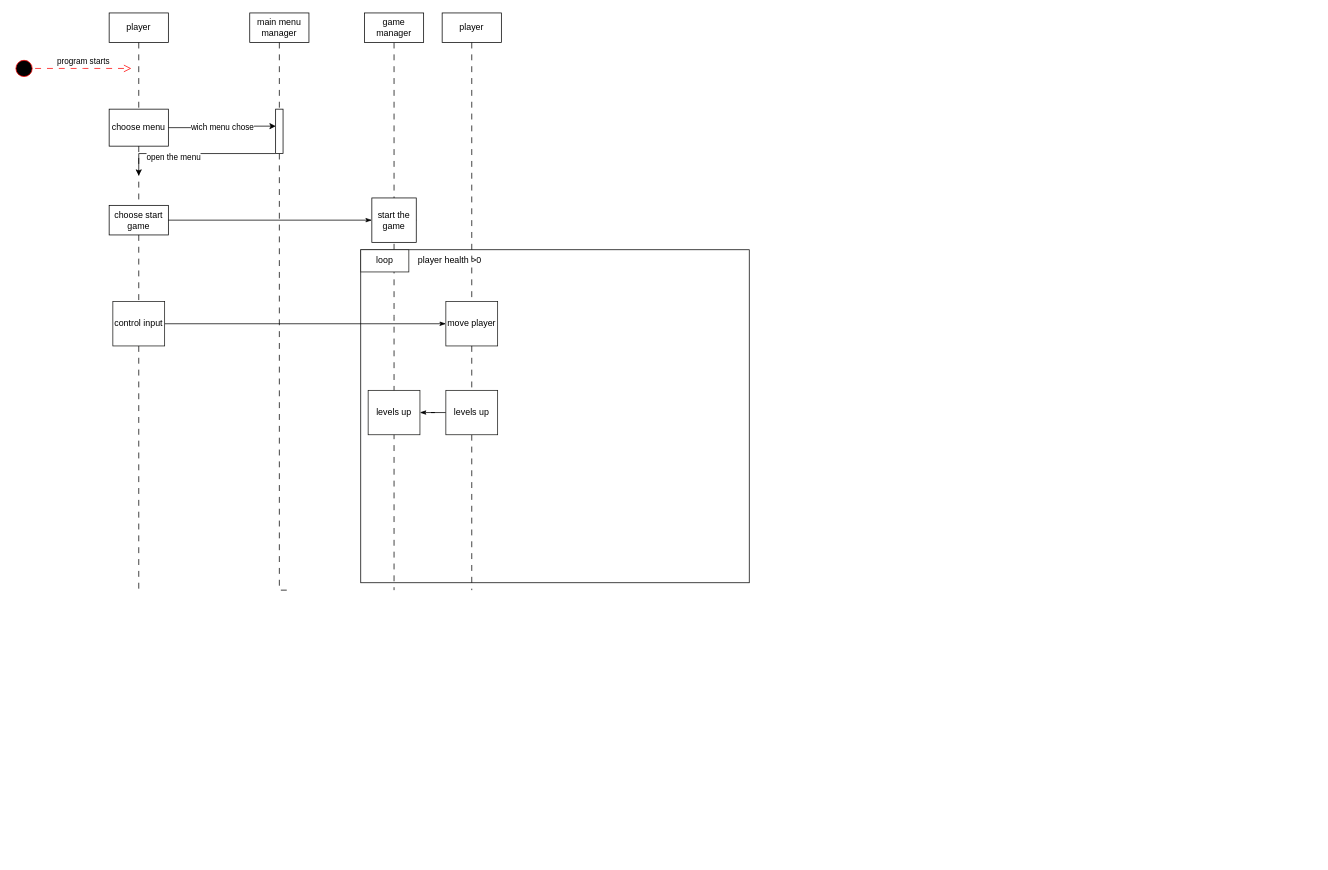
Before: Documentation files/sequence diagram.drawio in Ulibomber1/Middlespace-Survivor, a draw.io diagram. Source tidied: cells renumbered, new cells numbered last; positions are measured from the earlier drawing's top-left corner, leaving out a move shared by most shapes. Both pictures are drawn from the tidied source at 74%, with x=0, y=0 at pixel (13, 13).
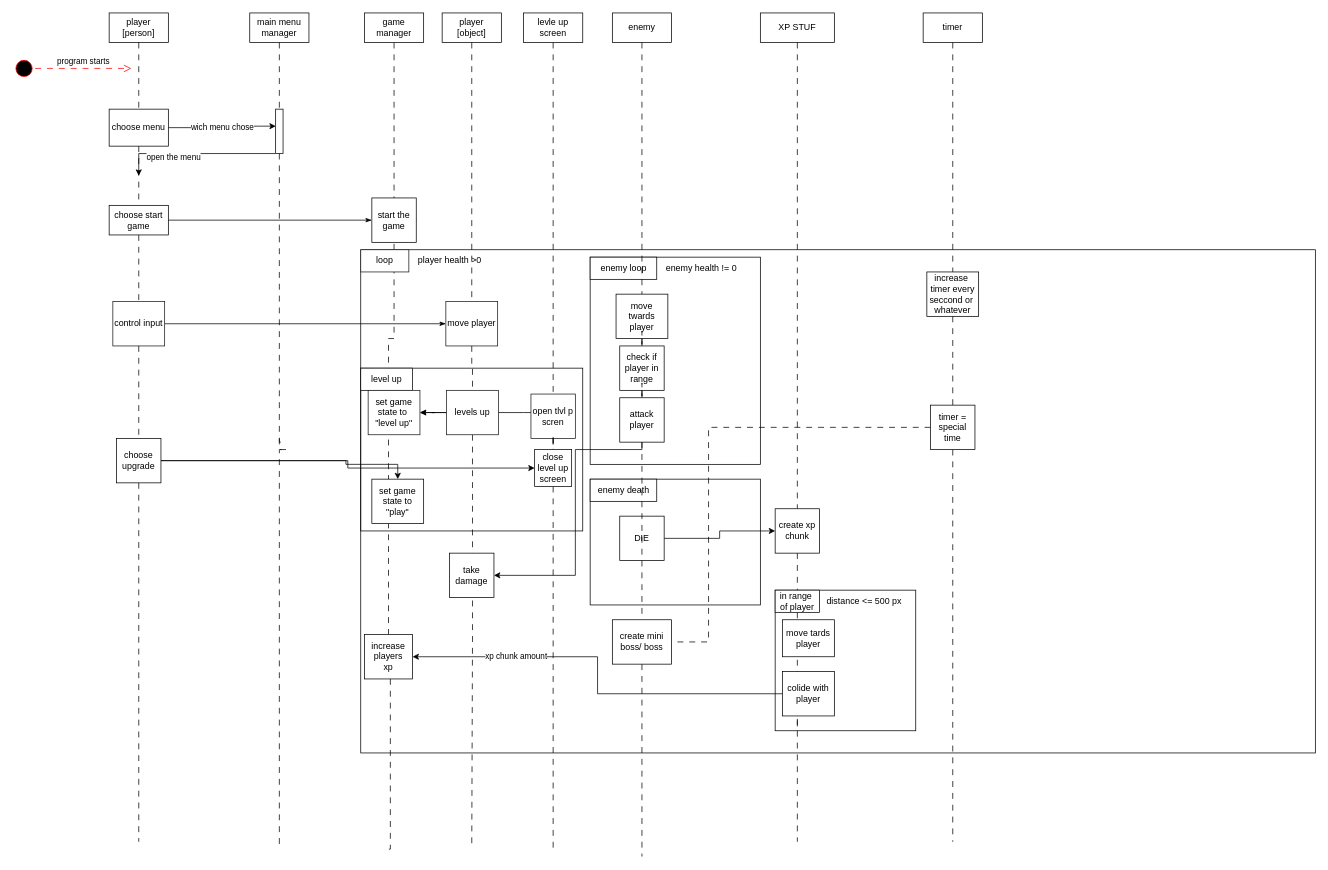
Above is the later version.

Commit message (it also covers changes not shown here):
worked more on the thing

The change refers to these unchanged cells:
```xml
<mxCell id="7" value="game manager" style="whiteSpace=wrap;html=1;" parent="1" vertex="1">
  <mxGeometry x="475" width="80" height="40" as="geometry" />
</mxCell>
<mxCell id="16" style="whiteSpace=wrap;html=1;" parent="1" vertex="1">
  <mxGeometry x="355" y="130" width="10" height="60" as="geometry" />
</mxCell>
<mxCell id="27" value="control input" style="whiteSpace=wrap;html=1;strokeColor=#191917;fillColor=default;" parent="1" vertex="1">
  <mxGeometry x="135" y="390" width="70" height="60" as="geometry" />
</mxCell>
```

The edit, as a diff of the source:
```diff
@@
+    <mxCell id="22" style="whiteSpace=wrap;html=1;fillColor=none;" parent="1" vertex="1">
+      <mxGeometry x="470" y="320" width="1290" height="680" as="geometry" />
+    </mxCell>
+    <mxCell id="36" style="edgeStyle=orthogonalEdgeStyle;rounded=0;jettySize=auto;html=1;endArrow=none;endFill=0;dashed=1;dashPattern=8 8;" parent="1" edge="1" source="7" target="79">
+      <mxGeometry relative="1" as="geometry" />
+    </mxCell>
+    <mxCell id="37" style="edgeStyle=orthogonalEdgeStyle;rounded=0;jettySize=auto;html=1;endArrow=none;endFill=0;dashed=1;dashPattern=8 8;startArrow=none;" parent="1" edge="1" source="74">
+      <mxGeometry relative="1" as="geometry">
+        <mxPoint x="1060" y="1120" as="targetPoint" />
+        <Array as="points">
+          <mxPoint x="1060" y="770" />
+          <mxPoint x="1060" y="770" />
+        </Array>
+      </mxGeometry>
+    </mxCell>
+    <mxCell id="38" style="whiteSpace=wrap;html=1;strokeColor=default;fillColor=none;" parent="1" vertex="1">
+      <mxGeometry x="1030" y="780" width="190" height="190" as="geometry" />
+    </mxCell>
+    <mxCell id="39" style="whiteSpace=wrap;html=1;fillColor=none;" parent="1" vertex="1">
+      <mxGeometry x="780" y="330" width="230" height="280" as="geometry" />
+    </mxCell>
+    <mxCell id="40" style="whiteSpace=wrap;html=1;fillColor=none;" parent="1" vertex="1">
+      <mxGeometry x="470" y="480" width="300" height="220" as="geometry" />
+    </mxCell>
-    <mxCell id="2" style="edgeStyle=orthogonalEdgeStyle;rounded=0;jettySize=auto;html=1;endArrow=none;endFill=0;dashed=1;dashPattern=8 8;startArrow=none;" parent="1" edge="1" source="27">
+    <mxCell id="2" style="edgeStyle=orthogonalEdgeStyle;rounded=0;jettySize=auto;html=1;endArrow=none;endFill=0;dashed=1;dashPattern=8 8;startArrow=none;" parent="1" edge="1" source="48">
       <mxGeometry relative="1" as="geometry">
-        <mxPoint x="170" y="780" as="targetPoint" />
+        <mxPoint x="170" y="1120" as="targetPoint" />
       </mxGeometry>
     </mxCell>
-    <mxCell id="3" value="player" style="whiteSpace=wrap;html=1;" parent="1" vertex="1">
+    <mxCell id="3" value="player&lt;br&gt;[person]" style="whiteSpace=wrap;html=1;" parent="1" vertex="1">
       <mxGeometry x="130" width="80" height="40" as="geometry" />
     </mxCell>
-    <mxCell id="4" style="edgeStyle=orthogonalEdgeStyle;rounded=0;jettySize=auto;html=1;endArrow=none;endFill=0;dashed=1;dashPattern=8 8;startArrow=none;" parent="1" edge="1" source="16">
+    <mxCell id="4" style="edgeStyle=orthogonalEdgeStyle;rounded=0;orthogonalLoop=1;jettySize=auto;html=1;endArrow=none;endFill=0;dashed=1;dashPattern=8 8;startArrow=none;" parent="1" edge="1">
       <mxGeometry relative="1" as="geometry">
-        <mxPoint x="370" y="780" as="targetPoint" />
+        <mxPoint x="360" y="575" as="sourcePoint" />
+        <mxPoint x="360" y="1130" as="targetPoint" />
         <Array as="points">
-          <mxPoint x="370" y="780" />
+          <mxPoint x="370" y="590" />
+          <mxPoint x="370" y="590" />
         </Array>
       </mxGeometry>
     </mxCell>
@@
-    <mxCell id="6" style="edgeStyle=orthogonalEdgeStyle;rounded=0;jettySize=auto;html=1;endArrow=none;endFill=0;dashed=1;dashPattern=8 8;" parent="1" edge="1" source="7">
+    <mxCell id="6" style="edgeStyle=orthogonalEdgeStyle;rounded=0;orthogonalLoop=1;jettySize=auto;html=1;endArrow=none;endFill=0;dashed=1;dashPattern=8 8;startArrow=none;" parent="1" edge="1">
       <mxGeometry relative="1" as="geometry">
-        <mxPoint x="515" y="780" as="targetPoint" />
+        <mxPoint x="508" y="1130" as="sourcePoint" />
+        <mxPoint x="510" y="900" as="targetPoint" />
+        <Array as="points">
+          <mxPoint x="510" y="1130" />
+        </Array>
       </mxGeometry>
     </mxCell>
@@
-    <mxCell id="21" value="start the game" style="whiteSpace=wrap;html=1;" parent="1" vertex="1">
-      <mxGeometry x="485" y="250" width="60" height="60" as="geometry" />
-    </mxCell>
-    <mxCell id="22" style="whiteSpace=wrap;html=1;fillColor=none;" parent="1" vertex="1">
-      <mxGeometry x="470" y="320" width="525" height="450" as="geometry" />
-    </mxCell>
@@
     <mxCell id="28" style="edgeStyle=orthogonalEdgeStyle;rounded=0;jettySize=auto;html=1;endArrow=none;endFill=0;dashed=1;dashPattern=8 8;startArrow=none;" parent="1" edge="1" source="34">
       <mxGeometry relative="1" as="geometry">
-        <mxPoint x="620" y="780" as="targetPoint" />
+        <mxPoint x="620" y="1130" as="targetPoint" />
       </mxGeometry>
     </mxCell>
-    <mxCell id="29" value="player" style="whiteSpace=wrap;html=1;" parent="1" vertex="1">
+    <mxCell id="29" value="player&lt;br&gt;[object]" style="whiteSpace=wrap;html=1;" parent="1" vertex="1">
       <mxGeometry x="580" width="80" height="40" as="geometry" />
     </mxCell>
@@
+    <mxCell id="41" style="edgeStyle=orthogonalEdgeStyle;rounded=0;jettySize=auto;html=1;" parent="1" edge="1" source="34" target="35">
+      <mxGeometry relative="1" as="geometry" />
+    </mxCell>
+    <mxCell id="42" style="edgeStyle=orthogonalEdgeStyle;rounded=0;jettySize=auto;html=1;endArrow=none;endFill=0;" parent="1" edge="1" source="34" target="52">
+      <mxGeometry relative="1" as="geometry">
+        <Array as="points">
+          <mxPoint x="690" y="540" />
+          <mxPoint x="690" y="540" />
+        </Array>
+      </mxGeometry>
+    </mxCell>
     <mxCell id="34" value="levels up" style="whiteSpace=wrap;html=1;strokeColor=#191917;fillColor=default;" parent="1" vertex="1">
-      <mxGeometry x="585" y="510" width="70" height="60" as="geometry" />
+      <mxGeometry x="586" y="510" width="70" height="60" as="geometry" />
     </mxCell>
+    <mxCell id="43" style="edgeStyle=orthogonalEdgeStyle;rounded=0;jettySize=auto;html=1;endArrow=none;endFill=0;dashed=1;dashPattern=8 8;startArrow=none;" parent="1" edge="1" source="16">
+      <mxGeometry relative="1" as="geometry">
+        <mxPoint x="370" y="580" as="targetPoint" />
+        <Array as="points">
+          <mxPoint x="360" y="580" />
+        </Array>
+      </mxGeometry>
+    </mxCell>
+    <mxCell id="44" value="level up" style="whiteSpace=wrap;html=1;fillColor=default;" parent="1" vertex="1">
+      <mxGeometry x="470" y="480" width="70" height="30" as="geometry" />
+    </mxCell>
+    <mxCell id="45" style="edgeStyle=orthogonalEdgeStyle;rounded=0;jettySize=auto;html=1;endArrow=none;endFill=0;dashed=1;dashPattern=8 8;startArrow=none;" parent="1" edge="1" source="27" target="48">
+      <mxGeometry relative="1" as="geometry" />
+    </mxCell>
+    <mxCell id="46" style="edgeStyle=orthogonalEdgeStyle;rounded=0;jettySize=auto;html=1;entryX=0;entryY=0.5;entryDx=0;entryDy=0;endArrow=classic;endFill=1;" parent="1" edge="1" source="48" target="54">
+      <mxGeometry relative="1" as="geometry" />
+    </mxCell>
+    <mxCell id="47" style="edgeStyle=orthogonalEdgeStyle;rounded=0;jettySize=auto;html=1;entryX=0.5;entryY=0;entryDx=0;entryDy=0;endArrow=classic;endFill=1;" parent="1" edge="1" source="48" target="80">
+      <mxGeometry relative="1" as="geometry">
+        <Array as="points">
+          <mxPoint x="450" y="605" />
+          <mxPoint x="450" y="610" />
+          <mxPoint x="520" y="610" />
+        </Array>
+      </mxGeometry>
+    </mxCell>
+    <mxCell id="48" value="choose upgrade" style="whiteSpace=wrap;html=1;fillColor=default;" parent="1" vertex="1">
+      <mxGeometry x="140" y="575" width="60" height="60" as="geometry" />
+    </mxCell>
+    <mxCell id="49" style="edgeStyle=orthogonalEdgeStyle;rounded=0;jettySize=auto;html=1;dashed=1;dashPattern=8 8;endArrow=none;endFill=0;startArrow=none;" parent="1" edge="1" source="54">
+      <mxGeometry relative="1" as="geometry">
+        <mxPoint x="730" y="1130" as="targetPoint" />
+      </mxGeometry>
+    </mxCell>
+    <mxCell id="50" value="levle up screen" style="whiteSpace=wrap;html=1;fillColor=default;" parent="1" vertex="1">
+      <mxGeometry x="690" width="80" height="40" as="geometry" />
+    </mxCell>
+    <mxCell id="51" style="edgeStyle=orthogonalEdgeStyle;rounded=0;jettySize=auto;html=1;dashed=1;dashPattern=8 8;endArrow=none;endFill=0;" parent="1" edge="1" source="50" target="52">
+      <mxGeometry relative="1" as="geometry" />
+    </mxCell>
+    <mxCell id="52" value="open tlvl p scren" style="whiteSpace=wrap;html=1;strokeColor=#191917;" parent="1" vertex="1">
+      <mxGeometry x="700" y="515" width="60" height="60" as="geometry" />
+    </mxCell>
+    <mxCell id="53" style="edgeStyle=orthogonalEdgeStyle;rounded=0;jettySize=auto;html=1;dashed=1;dashPattern=8 8;endArrow=none;endFill=0;startArrow=none;" parent="1" edge="1" source="52" target="54">
+      <mxGeometry relative="1" as="geometry" />
+    </mxCell>
+    <mxCell id="54" value="close level up&lt;br&gt;screen" style="whiteSpace=wrap;html=1;fillColor=default;" parent="1" vertex="1">
+      <mxGeometry x="705" y="590" width="50" height="50" as="geometry" />
+    </mxCell>
+    <mxCell id="55" style="edgeStyle=orthogonalEdgeStyle;rounded=0;jettySize=auto;html=1;endArrow=none;endFill=0;dashed=1;dashPattern=8 8;startArrow=none;" parent="1" edge="1" source="90">
+      <mxGeometry relative="1" as="geometry">
+        <mxPoint x="850" y="1140" as="targetPoint" />
+      </mxGeometry>
+    </mxCell>
+    <mxCell id="56" value="enemy" style="whiteSpace=wrap;html=1;fillColor=default;" parent="1" vertex="1">
+      <mxGeometry x="810" width="80" height="40" as="geometry" />
+    </mxCell>
+    <mxCell id="57" value="enemy loop" style="text;html=1;align=center;verticalAlign=middle;strokeColor=default;fillColor=default;" parent="1" vertex="1">
+      <mxGeometry x="780" y="330" width="90" height="30" as="geometry" />
+    </mxCell>
+    <mxCell id="58" style="edgeStyle=orthogonalEdgeStyle;rounded=0;jettySize=auto;html=1;endArrow=none;endFill=0;dashed=1;dashPattern=8 8;" parent="1" edge="1" source="56" target="59">
+      <mxGeometry relative="1" as="geometry" />
+    </mxCell>
+    <mxCell id="59" value="move twards player" style="whiteSpace=wrap;html=1;fillColor=default;" parent="1" vertex="1">
+      <mxGeometry x="815" y="380" width="70" height="60" as="geometry" />
+    </mxCell>
+    <mxCell id="60" value="enemy health != 0" style="text;html=1;align=center;verticalAlign=middle;strokeColor=none;fillColor=none;" parent="1" vertex="1">
+      <mxGeometry x="870" y="330" width="120" height="30" as="geometry" />
+    </mxCell>
+    <mxCell id="61" style="edgeStyle=orthogonalEdgeStyle;rounded=0;jettySize=auto;html=1;endArrow=none;endFill=0;dashed=1;dashPattern=8 8;startArrow=none;" parent="1" edge="1" source="59" target="62">
+      <mxGeometry relative="1" as="geometry" />
+    </mxCell>
+    <mxCell id="62" value="check if player in range" style="whiteSpace=wrap;html=1;strokeColor=default;fillColor=default;" parent="1" vertex="1">
+      <mxGeometry x="820" y="450" width="60" height="60" as="geometry" />
+    </mxCell>
+    <mxCell id="63" style="edgeStyle=orthogonalEdgeStyle;rounded=0;jettySize=auto;html=1;endArrow=none;endFill=0;dashed=1;dashPattern=8 8;startArrow=none;" parent="1" edge="1" source="62" target="65">
+      <mxGeometry relative="1" as="geometry" />
+    </mxCell>
+    <mxCell id="64" style="edgeStyle=orthogonalEdgeStyle;rounded=0;jettySize=auto;html=1;entryX=1;entryY=0.5;entryDx=0;entryDy=0;endArrow=classic;endFill=1;" parent="1" edge="1" source="65" target="66">
+      <mxGeometry relative="1" as="geometry">
+        <Array as="points">
+          <mxPoint x="850" y="590" />
+          <mxPoint x="760" y="590" />
+          <mxPoint x="760" y="760" />
+        </Array>
+      </mxGeometry>
+    </mxCell>
+    <mxCell id="65" value="attack&lt;br&gt;player" style="whiteSpace=wrap;html=1;strokeColor=default;fillColor=default;" parent="1" vertex="1">
+      <mxGeometry x="820" y="520" width="60" height="60" as="geometry" />
+    </mxCell>
+    <mxCell id="66" value="take damage" style="whiteSpace=wrap;html=1;strokeColor=default;fillColor=default;" parent="1" vertex="1">
+      <mxGeometry x="590" y="730" width="60" height="60" as="geometry" />
+    </mxCell>
+    <mxCell id="67" style="whiteSpace=wrap;html=1;fillColor=none;" parent="1" vertex="1">
+      <mxGeometry x="780" y="630" width="230" height="170" as="geometry" />
+    </mxCell>
+    <mxCell id="68" value="enemy death" style="text;html=1;align=center;verticalAlign=middle;strokeColor=default;fillColor=default;" parent="1" vertex="1">
+      <mxGeometry x="780" y="630" width="90" height="30" as="geometry" />
+    </mxCell>
+    <mxCell id="69" style="edgeStyle=orthogonalEdgeStyle;rounded=0;jettySize=auto;html=1;entryX=0;entryY=0.5;entryDx=0;entryDy=0;endArrow=classic;endFill=1;" parent="1" edge="1" source="70" target="74">
+      <mxGeometry relative="1" as="geometry" />
+    </mxCell>
+    <mxCell id="70" value="DIE" style="whiteSpace=wrap;html=1;strokeColor=default;fillColor=default;" parent="1" vertex="1">
+      <mxGeometry x="820" y="680" width="60" height="60" as="geometry" />
+    </mxCell>
+    <mxCell id="71" style="edgeStyle=orthogonalEdgeStyle;rounded=0;jettySize=auto;html=1;endArrow=none;endFill=0;dashed=1;dashPattern=8 8;startArrow=none;" parent="1" edge="1" source="38">
+      <mxGeometry relative="1" as="geometry">
+        <mxPoint x="1060" y="936" as="targetPoint" />
+        <Array as="points">
+          <mxPoint x="1060" y="860" />
+          <mxPoint x="1060" y="860" />
+        </Array>
+      </mxGeometry>
+    </mxCell>
+    <mxCell id="72" value="XP STUF" style="whiteSpace=wrap;html=1;strokeColor=default;fillColor=default;" parent="1" vertex="1">
+      <mxGeometry x="1010" width="100" height="40" as="geometry" />
+    </mxCell>
+    <mxCell id="73" style="edgeStyle=orthogonalEdgeStyle;rounded=0;jettySize=auto;html=1;endArrow=none;endFill=0;dashed=1;dashPattern=8 8;" parent="1" edge="1" source="72" target="74">
+      <mxGeometry relative="1" as="geometry" />
+    </mxCell>
+    <mxCell id="74" value="create xp chunk" style="whiteSpace=wrap;html=1;strokeColor=default;fillColor=default;" parent="1" vertex="1">
+      <mxGeometry x="1030" y="670" width="60" height="60" as="geometry" />
+    </mxCell>
+    <mxCell id="75" value="in range&amp;nbsp;&lt;br&gt;of player" style="whiteSpace=wrap;html=1;strokeColor=default;fillColor=default;" parent="1" vertex="1">
+      <mxGeometry x="1030" y="780" width="60" height="30" as="geometry" />
+    </mxCell>
+    <mxCell id="76" value="move tards player" style="whiteSpace=wrap;html=1;strokeColor=default;fillColor=default;" parent="1" vertex="1">
+      <mxGeometry x="1040" y="820" width="70" height="50" as="geometry" />
+    </mxCell>
+    <mxCell id="77" value="xp chunk amount" style="edgeStyle=orthogonalEdgeStyle;rounded=0;jettySize=auto;html=1;endArrow=classic;endFill=1;" parent="1" edge="1" source="78" target="79">
+      <mxGeometry x="0.49" relative="1" as="geometry" />
+    </mxCell>
+    <mxCell id="78" value="colide with player" style="whiteSpace=wrap;html=1;strokeColor=default;fillColor=default;" parent="1" vertex="1">
+      <mxGeometry x="1040" y="890" width="70" height="60" as="geometry" />
+    </mxCell>
+    <mxCell id="79" value="increase&lt;br&gt;players&lt;br&gt;xp" style="whiteSpace=wrap;html=1;" parent="1" vertex="1">
+      <mxGeometry x="475" y="840" width="65" height="60" as="geometry" />
+    </mxCell>
+    <mxCell id="21" value="start the game" style="whiteSpace=wrap;html=1;" parent="1" vertex="1">
+      <mxGeometry x="485" y="250" width="60" height="60" as="geometry" />
+    </mxCell>
-    <mxCell id="35" value="levels up" style="whiteSpace=wrap;html=1;strokeColor=#191917;fillColor=default;" parent="1" vertex="1">
+    <mxCell id="35" value="set game state to&amp;nbsp;&lt;br&gt;&quot;level up&quot;" style="whiteSpace=wrap;html=1;strokeColor=#191917;fillColor=default;" parent="1" vertex="1">
       <mxGeometry x="480" y="510" width="70" height="60" as="geometry" />
     </mxCell>
+    <mxCell id="80" value="set game state to&lt;br&gt;&quot;play&quot;" style="whiteSpace=wrap;html=1;fillColor=default;" parent="1" vertex="1">
+      <mxGeometry x="485" y="630" width="70" height="60" as="geometry" />
+    </mxCell>
+    <mxCell id="81" value="distance &amp;lt;= 500 px" style="text;html=1;align=center;verticalAlign=middle;strokeColor=none;fillColor=none;" parent="1" vertex="1">
+      <mxGeometry x="1090" y="780" width="120" height="30" as="geometry" />
+    </mxCell>
+    <mxCell id="82" style="edgeStyle=orthogonalEdgeStyle;rounded=0;jettySize=auto;html=1;endArrow=none;endFill=0;dashed=1;dashPattern=8 8;startArrow=none;" parent="1" edge="1" source="88">
+      <mxGeometry relative="1" as="geometry">
+        <mxPoint x="1270" y="1120" as="targetPoint" />
+      </mxGeometry>
+    </mxCell>
+    <mxCell id="83" value="timer" style="whiteSpace=wrap;html=1;strokeColor=default;fillColor=default;" parent="1" vertex="1">
+      <mxGeometry x="1230" width="80" height="40" as="geometry" />
+    </mxCell>
+    <mxCell id="84" style="edgeStyle=orthogonalEdgeStyle;rounded=0;jettySize=auto;html=1;endArrow=none;endFill=0;dashed=1;dashPattern=8 8;" parent="1" edge="1" source="83" target="85">
+      <mxGeometry relative="1" as="geometry" />
+    </mxCell>
+    <mxCell id="85" value="increase&amp;nbsp;&lt;br&gt;timer every&lt;br&gt;seccond or&amp;nbsp;&lt;br&gt;whatever" style="rounded=0;whiteSpace=wrap;html=1;strokeColor=default;fillColor=default;" parent="1" vertex="1">
+      <mxGeometry x="1235" y="350" width="70" height="60" as="geometry" />
+    </mxCell>
+    <mxCell id="86" style="edgeStyle=orthogonalEdgeStyle;rounded=0;jettySize=auto;html=1;endArrow=none;endFill=0;dashed=1;dashPattern=8 8;startArrow=none;" parent="1" edge="1" source="85" target="88">
+      <mxGeometry relative="1" as="geometry" />
+    </mxCell>
+    <mxCell id="87" style="edgeStyle=orthogonalEdgeStyle;rounded=0;jettySize=auto;html=1;entryX=1;entryY=0.5;entryDx=0;entryDy=0;dashed=1;dashPattern=8 8;endArrow=none;endFill=0;" parent="1" edge="1" source="88" target="90">
+      <mxGeometry relative="1" as="geometry">
+        <Array as="points">
+          <mxPoint x="940" y="560" />
+          <mxPoint x="940" y="850" />
+        </Array>
+      </mxGeometry>
+    </mxCell>
+    <mxCell id="88" value="timer = special time" style="whiteSpace=wrap;html=1;strokeColor=default;fillColor=default;" parent="1" vertex="1">
+      <mxGeometry x="1240" y="530" width="60" height="60" as="geometry" />
+    </mxCell>
+    <mxCell id="89" style="edgeStyle=orthogonalEdgeStyle;rounded=0;jettySize=auto;html=1;endArrow=none;endFill=0;dashed=1;dashPattern=8 8;startArrow=none;" parent="1" edge="1" source="65" target="90">
+      <mxGeometry relative="1" as="geometry" />
+    </mxCell>
+    <mxCell id="90" value="create mini boss/ boss" style="whiteSpace=wrap;html=1;strokeColor=default;fillColor=default;" parent="1" vertex="1">
+      <mxGeometry x="810" y="820" width="80" height="60" as="geometry" />
+    </mxCell>
```
